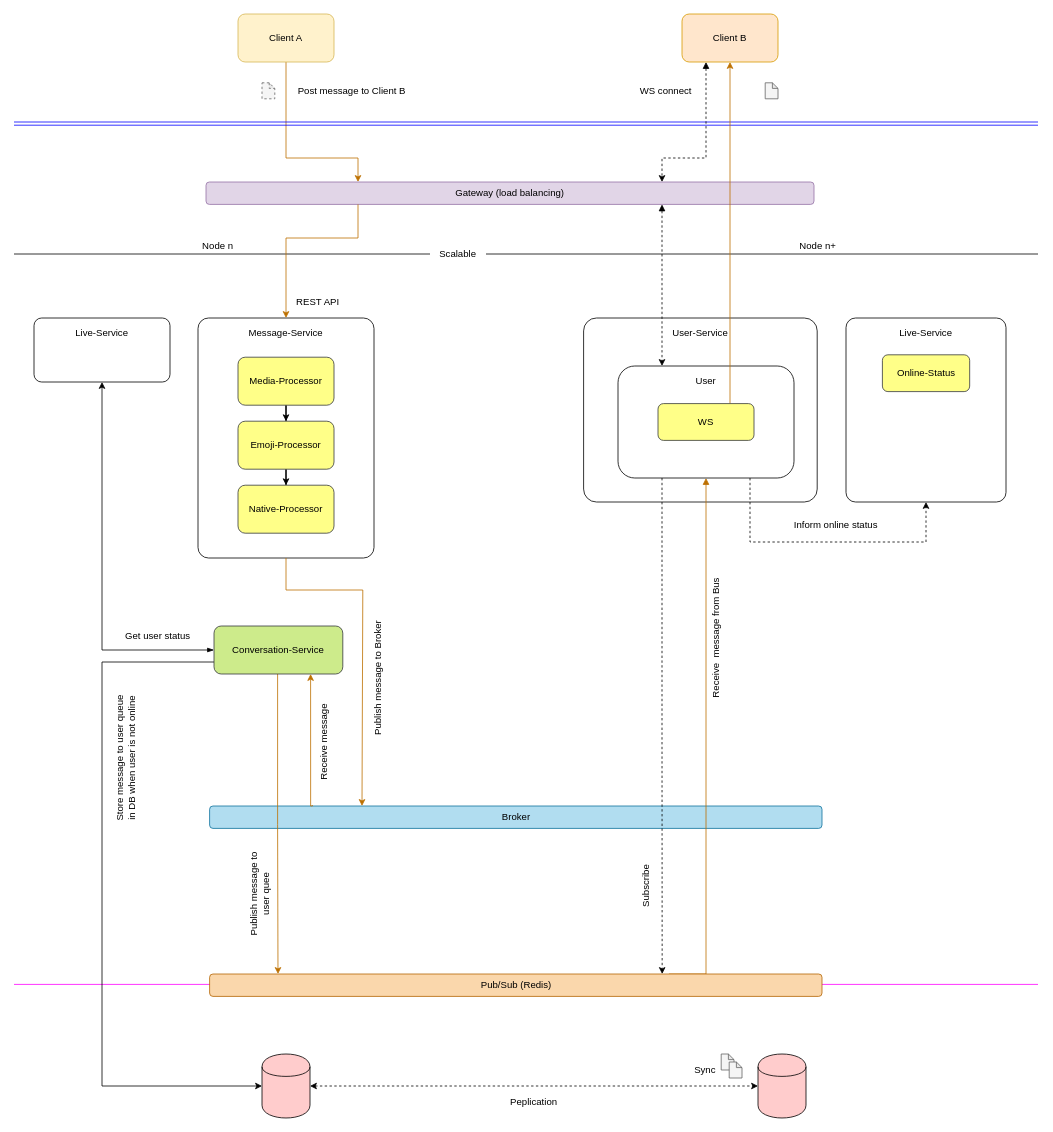
phamtuanit/myteam keeps this draw.io diagram as page "Data flow" (2 of 2) of design/Overall.drawio. Above is the earlier version. Source tidied: cells renumbered, new cells numbered last; positions are measured from the earlier drawing's top-left corner, leaving out a move shared by most shapes. Both pictures are drawn from the tidied source at 80%, with x=0, y=0 at pixel (14, 14).
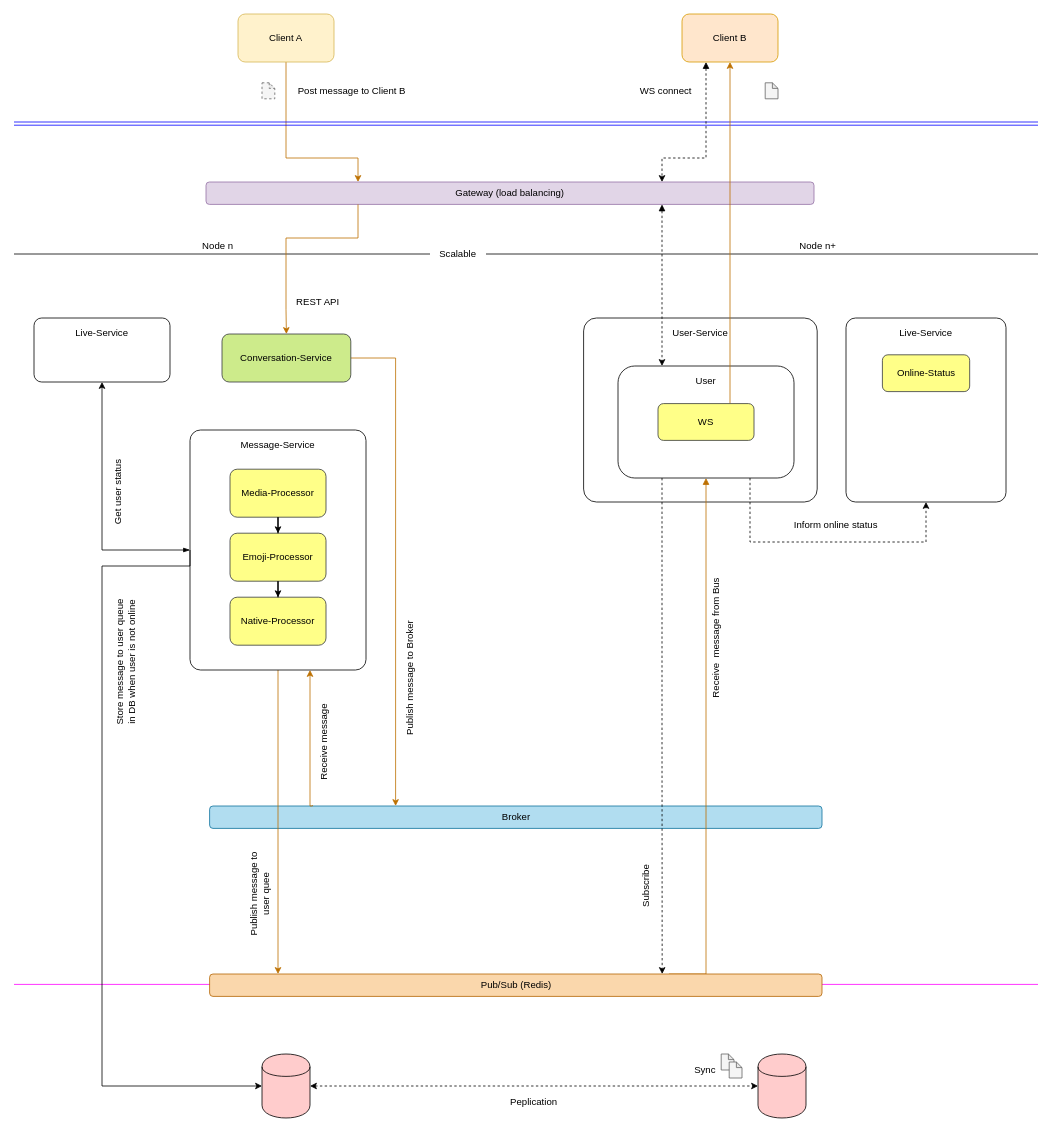
Above is the later version.

The change refers to these unchanged cells:
```xml
<mxCell id="3" value="Broker" style="rounded=1;whiteSpace=wrap;html=1;labelBackgroundColor=none;fillColor=#b1ddf0;align=center;strokeColor=#10739e;" parent="1" vertex="1">
  <mxGeometry x="244.5" y="990" width="765.5" height="28" as="geometry" />
</mxCell>
<mxCell id="10" value="Gateway (load balancing)" style="rounded=1;whiteSpace=wrap;html=1;labelBackgroundColor=none;fillColor=#e1d5e7;align=center;strokeColor=#9673a6;" parent="1" vertex="1">
  <mxGeometry x="240" y="210" width="760" height="28" as="geometry" />
</mxCell>
<mxCell id="35" style="shape=cylinder;whiteSpace=wrap;html=1;boundedLbl=1;backgroundOutline=1;labelBackgroundColor=none;fillColor=#FFCCCC;align=center;" parent="1" vertex="1">
  <mxGeometry x="310" y="1300" width="60" height="80" as="geometry" />
</mxCell>
<mxCell id="56" value="Live-Service" style="rounded=1;whiteSpace=wrap;html=1;labelBackgroundColor=none;fillColor=none;align=center;verticalAlign=top;spacingBottom=15;spacingLeft=0;spacingTop=5;arcSize=12;" parent="55" vertex="1">
  <mxGeometry width="170" height="80" as="geometry" />
</mxCell>
```

The edit, as a diff of the source:
```diff
@@
-    <mxCell id="4" value="Message-Service" style="rounded=1;whiteSpace=wrap;html=1;labelBackgroundColor=none;fillColor=none;align=center;verticalAlign=top;spacingBottom=15;spacingLeft=0;spacingTop=5;arcSize=6;" parent="1" vertex="1">
-      <mxGeometry x="230" y="380" width="220" height="300" as="geometry" />
-    </mxCell>
@@
-    <mxCell id="22" style="edgeStyle=orthogonalEdgeStyle;rounded=0;jettySize=auto;html=1;entryX=0.5;entryY=0;entryDx=0;entryDy=0;startArrow=none;startFill=0;" parent="1" edge="1" source="23" target="25">
-      <mxGeometry relative="1" as="geometry" />
-    </mxCell>
-    <mxCell id="23" value="Media-Processor" style="rounded=1;whiteSpace=wrap;html=1;labelBackgroundColor=none;fillColor=#ffff88;align=center;strokeColor=#36393d;" parent="1" vertex="1">
-      <mxGeometry x="280" y="429" width="120" height="60" as="geometry" />
-    </mxCell>
-    <mxCell id="24" style="edgeStyle=orthogonalEdgeStyle;rounded=0;jettySize=auto;html=1;entryX=0.5;entryY=0;entryDx=0;entryDy=0;startArrow=none;startFill=0;" parent="1" edge="1" source="25" target="26">
-      <mxGeometry relative="1" as="geometry" />
-    </mxCell>
-    <mxCell id="25" value="Emoji-Processor" style="rounded=1;whiteSpace=wrap;html=1;labelBackgroundColor=none;fillColor=#ffff88;align=center;strokeColor=#36393d;" parent="1" vertex="1">
-      <mxGeometry x="280" y="509" width="120" height="60" as="geometry" />
-    </mxCell>
-    <mxCell id="26" value="Native-Processor" style="rounded=1;whiteSpace=wrap;html=1;labelBackgroundColor=none;fillColor=#ffff88;align=center;strokeColor=#36393d;" parent="1" vertex="1">
-      <mxGeometry x="280" y="589" width="120" height="60" as="geometry" />
-    </mxCell>
-    <mxCell id="27" style="edgeStyle=orthogonalEdgeStyle;rounded=0;jettySize=auto;html=1;entryX=0.75;entryY=1;entryDx=0;entryDy=0;startArrow=none;startFill=0;exitX=0.168;exitY=-0.036;exitDx=0;exitDy=0;exitPerimeter=0;fillColor=#f0a30a;strokeColor=#BD7000;" parent="1" edge="1" source="3" target="33">
+    <mxCell id="27" style="edgeStyle=orthogonalEdgeStyle;rounded=0;jettySize=auto;html=1;startArrow=none;startFill=0;exitX=0.168;exitY=-0.036;exitDx=0;exitDy=0;exitPerimeter=0;fillColor=#f0a30a;strokeColor=#BD7000;" parent="1" edge="1" source="3">
       <mxGeometry relative="1" as="geometry">
+        <mxPoint x="370" y="820" as="targetPoint" />
         <Array as="points">
           <mxPoint x="373" y="990" />
           <mxPoint x="370" y="990" />
         </Array>
       </mxGeometry>
     </mxCell>
-    <mxCell id="28" style="edgeStyle=orthogonalEdgeStyle;rounded=0;jettySize=auto;html=1;startArrow=none;startFill=0;exitX=0.5;exitY=1;exitDx=0;exitDy=0;fillColor=#f0a30a;strokeColor=#BD7000;" parent="1" edge="1" source="4">
+    <mxCell id="28" style="edgeStyle=orthogonalEdgeStyle;rounded=0;jettySize=auto;html=1;startArrow=none;startFill=0;exitX=1;exitY=0.5;exitDx=0;exitDy=0;fillColor=#f0a30a;strokeColor=#BD7000;" parent="1" edge="1" source="33">
       <mxGeometry relative="1" as="geometry">
-        <mxPoint x="435" y="990" as="targetPoint" />
+        <mxPoint x="477" y="990" as="targetPoint" />
         <Array as="points">
-          <mxPoint x="340" y="720" />
-          <mxPoint x="436" y="720" />
+          <mxPoint x="477" y="430" />
         </Array>
       </mxGeometry>
     </mxCell>
@@
-    <mxCell id="30" style="edgeStyle=orthogonalEdgeStyle;rounded=0;orthogonalLoop=1;jettySize=auto;html=1;entryX=0.113;entryY=0;entryDx=0;entryDy=0;entryPerimeter=0;startArrow=none;startFill=0;fillColor=#f0a30a;strokeColor=#BD7000;" parent="1" edge="1">
+    <mxCell id="30" style="edgeStyle=orthogonalEdgeStyle;rounded=0;jettySize=auto;html=1;entryX=0.113;entryY=0;entryDx=0;entryDy=0;entryPerimeter=0;startArrow=none;startFill=0;fillColor=#f0a30a;strokeColor=#BD7000;exitX=0.5;exitY=1;exitDx=0;exitDy=0;" parent="1" edge="1" source="4">
       <mxGeometry relative="1" as="geometry">
-        <mxPoint x="329.5" y="825" as="sourcePoint" />
         <mxPoint x="330" y="1200" as="targetPoint" />
-        <Array as="points">
-          <mxPoint x="330" y="1013" />
-        </Array>
       </mxGeometry>
     </mxCell>
-    <mxCell id="31" style="edgeStyle=orthogonalEdgeStyle;rounded=0;jettySize=auto;html=1;startArrow=none;startFill=0;exitX=0;exitY=0.75;exitDx=0;exitDy=0;" parent="1" edge="1" source="33" target="35">
+    <mxCell id="31" style="edgeStyle=orthogonalEdgeStyle;rounded=0;jettySize=auto;html=1;startArrow=none;startFill=0;exitX=0;exitY=0.5;exitDx=0;exitDy=0;" parent="1" edge="1" source="4" target="35">
       <mxGeometry relative="1" as="geometry">
         <Array as="points">
-          <mxPoint x="110" y="810" />
+          <mxPoint x="220" y="690" />
+          <mxPoint x="110" y="690" />
           <mxPoint x="110" y="1340" />
         </Array>
       </mxGeometry>
     </mxCell>
-    <mxCell id="32" style="edgeStyle=orthogonalEdgeStyle;rounded=0;jettySize=auto;html=1;entryX=0.5;entryY=1;entryDx=0;entryDy=0;startArrow=blockThin;startFill=1;" parent="1" edge="1" source="33" target="56">
+    <mxCell id="32" style="edgeStyle=orthogonalEdgeStyle;rounded=0;jettySize=auto;html=1;entryX=0.5;entryY=1;entryDx=0;entryDy=0;startArrow=blockThin;startFill=1;exitX=0;exitY=0.5;exitDx=0;exitDy=0;" parent="1" edge="1" source="4" target="56">
       <mxGeometry relative="1" as="geometry" />
     </mxCell>
-    <mxCell id="33" value="Conversation-Service" style="rounded=1;whiteSpace=wrap;html=1;labelBackgroundColor=none;fillColor=#cdeb8b;align=center;strokeColor=#36393d;" parent="1" vertex="1">
-      <mxGeometry x="250" y="765" width="161" height="60" as="geometry" />
-    </mxCell>
@@
     <mxCell id="39" value="Publish message to Broker" style="text;html=1;strokeColor=none;fillColor=none;align=center;verticalAlign=middle;whiteSpace=wrap;rounded=0;labelBackgroundColor=none;rotation=-90;" parent="1" vertex="1">
-      <mxGeometry x="380" y="820" width="150" height="20" as="geometry" />
+      <mxGeometry x="420" y="820" width="150" height="20" as="geometry" />
     </mxCell>
@@
-    <mxCell id="49" style="edgeStyle=orthogonalEdgeStyle;rounded=0;jettySize=auto;html=1;startArrow=none;startFill=0;exitX=0.25;exitY=1;exitDx=0;exitDy=0;entryX=0.5;entryY=0;entryDx=0;entryDy=0;fillColor=#f0a30a;strokeColor=#BD7000;" parent="1" edge="1" source="10" target="4">
+    <mxCell id="49" style="edgeStyle=orthogonalEdgeStyle;rounded=0;jettySize=auto;html=1;startArrow=none;startFill=0;exitX=0.25;exitY=1;exitDx=0;exitDy=0;entryX=0.5;entryY=0;entryDx=0;entryDy=0;fillColor=#f0a30a;strokeColor=#BD7000;" parent="1" edge="1" source="10" target="33">
       <mxGeometry relative="1" as="geometry">
         <Array as="points">
           <mxPoint x="430" y="280" />
           <mxPoint x="340" y="280" />
+          <mxPoint x="340" y="369" />
         </Array>
       </mxGeometry>
     </mxCell>
@@
     <mxCell id="52" value="Store message to user queue in DB when user is not online" style="text;html=1;strokeColor=none;fillColor=none;align=center;verticalAlign=middle;whiteSpace=wrap;rounded=0;labelBackgroundColor=none;rotation=-90;" parent="1" vertex="1">
-      <mxGeometry x="60" y="920" width="160" height="20" as="geometry" />
+      <mxGeometry x="60" y="800" width="160" height="20" as="geometry" />
     </mxCell>
-    <mxCell id="53" value="Get user status" style="text;html=1;strokeColor=none;fillColor=none;align=center;verticalAlign=middle;whiteSpace=wrap;rounded=0;labelBackgroundColor=none;" parent="1" vertex="1">
-      <mxGeometry x="120" y="770" width="120" height="15" as="geometry" />
+    <mxCell id="53" value="Get user status" style="text;html=1;strokeColor=none;fillColor=none;align=center;verticalAlign=middle;whiteSpace=wrap;rounded=0;labelBackgroundColor=none;rotation=-90;" parent="1" vertex="1">
+      <mxGeometry x="70" y="590" width="120" height="15" as="geometry" />
     </mxCell>
@@
+    <mxCell id="33" value="Conversation-Service" style="rounded=1;whiteSpace=wrap;html=1;labelBackgroundColor=none;fillColor=#cdeb8b;align=center;strokeColor=#36393d;" parent="1" vertex="1">
+      <mxGeometry x="260" y="400" width="161" height="60" as="geometry" />
+    </mxCell>
+    <mxCell id="62" style="group;" parent="1" vertex="1">
+      <mxGeometry x="220" y="520" width="220" height="300" as="geometry" />
+    </mxCell>
+    <mxCell id="4" value="Message-Service" style="rounded=1;whiteSpace=wrap;html=1;labelBackgroundColor=none;fillColor=none;align=center;verticalAlign=top;spacingBottom=15;spacingLeft=0;spacingTop=5;arcSize=6;" parent="62" vertex="1">
+      <mxGeometry width="220" height="300" as="geometry" />
+    </mxCell>
+    <mxCell id="23" value="Media-Processor" style="rounded=1;whiteSpace=wrap;html=1;labelBackgroundColor=none;fillColor=#ffff88;align=center;strokeColor=#36393d;" parent="62" vertex="1">
+      <mxGeometry x="50" y="49" width="120" height="60" as="geometry" />
+    </mxCell>
+    <mxCell id="25" value="Emoji-Processor" style="rounded=1;whiteSpace=wrap;html=1;labelBackgroundColor=none;fillColor=#ffff88;align=center;strokeColor=#36393d;" parent="62" vertex="1">
+      <mxGeometry x="50" y="129" width="120" height="60" as="geometry" />
+    </mxCell>
+    <mxCell id="26" value="Native-Processor" style="rounded=1;whiteSpace=wrap;html=1;labelBackgroundColor=none;fillColor=#ffff88;align=center;strokeColor=#36393d;" parent="62" vertex="1">
+      <mxGeometry x="50" y="209" width="120" height="60" as="geometry" />
+    </mxCell>
+    <mxCell id="22" style="edgeStyle=orthogonalEdgeStyle;rounded=0;jettySize=auto;html=1;entryX=0.5;entryY=0;entryDx=0;entryDy=0;startArrow=none;startFill=0;" parent="62" edge="1" source="23" target="25">
+      <mxGeometry relative="1" as="geometry" />
+    </mxCell>
+    <mxCell id="24" style="edgeStyle=orthogonalEdgeStyle;rounded=0;jettySize=auto;html=1;entryX=0.5;entryY=0;entryDx=0;entryDy=0;startArrow=none;startFill=0;" parent="62" edge="1" source="25" target="26">
+      <mxGeometry relative="1" as="geometry" />
+    </mxCell>
```
